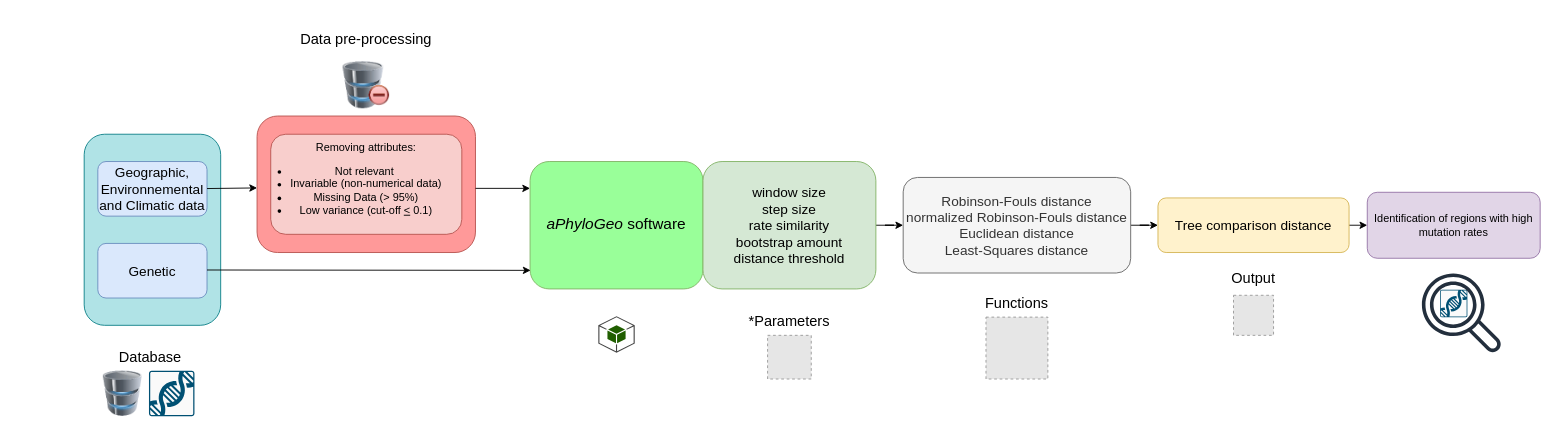
scipy-conference/scipy_proceedings keeps this draw.io diagram as papers/Gagnon_Kebe_Tahiri/diagram.drawio. Above is the earlier version. Source tidied: cells renumbered, new cells numbered last; positions are measured from the earlier drawing's top-left corner, leaving out a move shared by most shapes. Both pictures are drawn from the tidied source at 91%, with x=0, y=0 at pixel (84, 15). Pictures stored in the file or linked from it are replaced by grey dashed boxes.
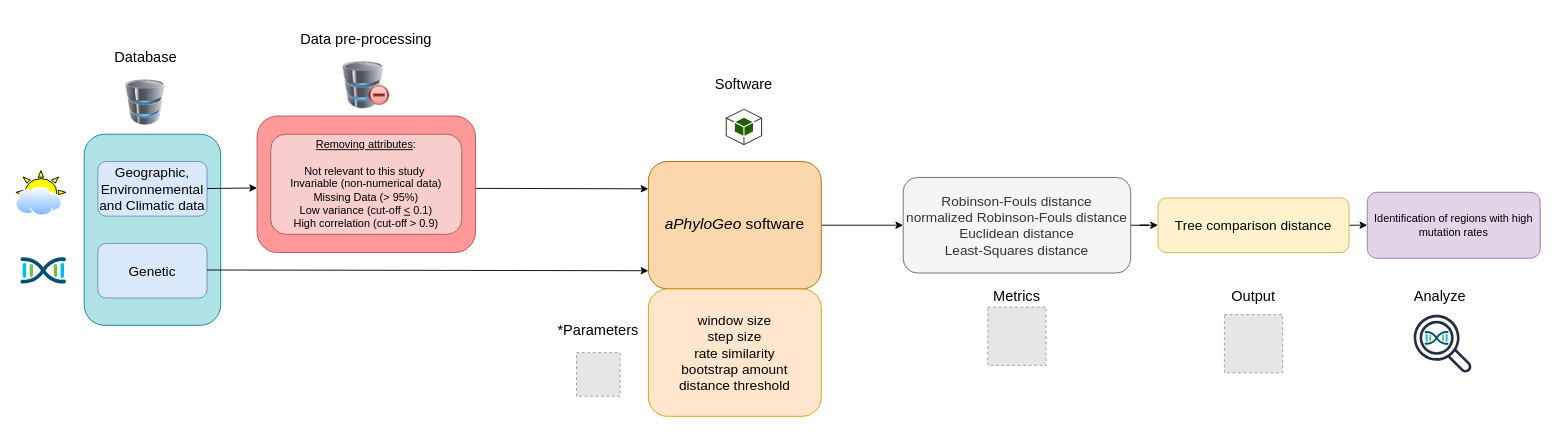
The same diagram, later.

Commit message:
Mettre à jour diagram.drawio

Unchanged cells that the change refers to:
```xml
<mxCell id="24" value="&lt;div style=&quot;margin-top: 0px; margin-bottom: 0px; padding-left: 0px; padding-right: 0px;&quot;&gt;&lt;span style=&quot;background-color: initial; font-size: 15px;&quot;&gt;Robinson-Fouls distance&lt;br&gt;&lt;/span&gt;&lt;span style=&quot;background-color: initial; font-size: 15px;&quot;&gt;normalized Robinson-Fouls distance&lt;br&gt;&lt;/span&gt;&lt;span style=&quot;font-size: 15px;&quot;&gt;Euclidean distance&lt;/span&gt;&lt;br style=&quot;font-size: 16px;&quot;&gt;&lt;span style=&quot;font-size: 15px;&quot;&gt;Least-Squares distance&lt;/span&gt;&lt;/div&gt;" style="rounded=1;whiteSpace=wrap;html=1;align=center;fillColor=#f5f5f5;strokeColor=#666666;fontColor=#333333;" parent="1" vertex="1">
  <mxGeometry x="900" y="177.5" width="250" height="105" as="geometry" />
</mxCell>
```

What changed in the source:
```diff
@@
-    <mxCell id="6" value="&lt;div style=&quot;&quot;&gt;&lt;span style=&quot;background-color: initial;&quot;&gt;Removing attributes:&lt;/span&gt;&lt;/div&gt;&lt;div&gt;&lt;ul style=&quot;margin-left: 0px; margin-top: 12px; padding-left: 0px;&quot;&gt;&lt;li style=&quot;&quot;&gt;Not relevant&amp;nbsp;&lt;/li&gt;&lt;li&gt;Invariable (non-numerical data)&lt;/li&gt;&lt;li&gt;Missing Data (&amp;gt; 95%)&lt;/li&gt;&lt;li&gt;Low variance (cut-off &lt;u&gt;&amp;lt;&lt;/u&gt; 0.1)&lt;/li&gt;&lt;/ul&gt;&lt;/div&gt;" style="rounded=1;whiteSpace=wrap;html=1;fillColor=#f8cecc;strokeColor=#b85450;align=center;" parent="1" vertex="1">
+    <mxCell id="6" value="&lt;div style=&quot;&quot;&gt;&lt;span style=&quot;background-color: initial;&quot;&gt;&lt;u&gt;Removing attributes&lt;/u&gt;:&lt;/span&gt;&lt;/div&gt;&lt;div style=&quot;&quot;&gt;&lt;span style=&quot;background-color: initial;&quot;&gt;&lt;br&gt;&lt;/span&gt;&lt;/div&gt;&lt;div&gt;&lt;span style=&quot;background-color: initial;&quot;&gt;Not relevant to this study&amp;nbsp;&lt;/span&gt;&lt;br&gt;&lt;span style=&quot;background-color: initial;&quot;&gt;Invariable (non-numerical data)&lt;/span&gt;&lt;br&gt;&lt;span style=&quot;background-color: initial;&quot;&gt;Missing Data (&amp;gt; 95%)&lt;/span&gt;&lt;br&gt;&lt;span style=&quot;background-color: initial;&quot;&gt;Low variance (cut-off &lt;/span&gt;&lt;u style=&quot;background-color: initial;&quot;&gt;&amp;lt;&lt;/u&gt;&lt;span style=&quot;background-color: initial;&quot;&gt; 0.1)&lt;/span&gt;&lt;br&gt;&lt;/div&gt;&lt;div&gt;&lt;span style=&quot;background-color: initial;&quot;&gt;High correlation (cut-off &amp;gt; 0.9)&lt;/span&gt;&lt;/div&gt;" style="rounded=1;whiteSpace=wrap;html=1;fillColor=#f8cecc;strokeColor=#b85450;align=center;" parent="1" vertex="1">
       <mxGeometry x="205" y="130" width="210" height="110" as="geometry" />
     </mxCell>
+    <mxCell id="32" style="edgeStyle=orthogonalEdgeStyle;rounded=0;jettySize=auto;html=1;" parent="1" edge="1" source="7" target="24">
+      <mxGeometry relative="1" as="geometry" />
+    </mxCell>
-    <mxCell id="7" value="&lt;font style=&quot;font-size: 17px;&quot;&gt;&lt;i&gt;aPhyloGeo&lt;/i&gt; software&lt;/font&gt;" style="rounded=1;whiteSpace=wrap;html=1;fillColor=#99FF99;strokeColor=#82b366;" parent="1" vertex="1">
-      <mxGeometry x="490" y="160" width="190" height="140" as="geometry" />
+    <mxCell id="7" value="&lt;font style=&quot;font-size: 17px;&quot;&gt;&lt;i&gt;aPhyloGeo&lt;/i&gt; software&lt;/font&gt;" style="rounded=1;whiteSpace=wrap;html=1;fillColor=#fad7ac;strokeColor=#b46504;" parent="1" vertex="1">
+      <mxGeometry x="620" y="160" width="190" height="140" as="geometry" />
     </mxCell>
-    <mxCell id="8" style="endArrow=classic;html=1;rounded=0;entryX=0.003;entryY=0.854;entryDx=0;entryDy=0;entryPerimeter=0;" parent="1" edge="1">
+    <mxCell id="8" style="endArrow=classic;html=1;rounded=0;" parent="1" edge="1">
       <mxGeometry relative="1" as="geometry">
         <mxPoint x="135" y="279.2" as="sourcePoint" />
-        <mxPoint x="490.6" y="279.6" as="targetPoint" />
+        <mxPoint x="620" y="280" as="targetPoint" />
       </mxGeometry>
     </mxCell>
-    <mxCell id="9" style="edgeStyle=orthogonalEdgeStyle;rounded=0;jettySize=auto;html=1;" parent="1" edge="1" source="10" target="24">
-      <mxGeometry relative="1" as="geometry" />
-    </mxCell>
-    <mxCell id="10" value="&lt;div style=&quot;margin-top: 0px; margin-bottom: 0px; padding-left: 0px; padding-right: 0px;&quot;&gt;&lt;span style=&quot;background-color: initial; font-size: 15px;&quot;&gt;window size&lt;br&gt;&lt;/span&gt;&lt;span style=&quot;background-color: initial; font-size: 15px;&quot;&gt;step size&lt;br&gt;&lt;/span&gt;&lt;span style=&quot;background-color: initial; font-size: 15px;&quot;&gt;rate similarity&lt;/span&gt;&lt;br style=&quot;font-size: 16px;&quot;&gt;&lt;span style=&quot;background-color: initial; font-size: 15px;&quot;&gt;bootstrap amount&lt;/span&gt;&lt;br style=&quot;font-size: 16px;&quot;&gt;&lt;span style=&quot;background-color: initial; font-size: 15px;&quot;&gt;distance threshold&lt;/span&gt;&lt;br&gt;&lt;/div&gt;" style="rounded=1;whiteSpace=wrap;html=1;align=center;fillColor=#d5e8d4;strokeColor=#82b366;" parent="1" vertex="1">
-      <mxGeometry x="680" y="160" width="190" height="140" as="geometry" />
+    <mxCell id="10" value="&lt;div style=&quot;margin-top: 0px; margin-bottom: 0px; padding-left: 0px; padding-right: 0px;&quot;&gt;&lt;span style=&quot;background-color: initial; font-size: 15px;&quot;&gt;window size&lt;br&gt;&lt;/span&gt;&lt;span style=&quot;background-color: initial; font-size: 15px;&quot;&gt;step size&lt;br&gt;&lt;/span&gt;&lt;span style=&quot;background-color: initial; font-size: 15px;&quot;&gt;rate similarity&lt;/span&gt;&lt;br style=&quot;font-size: 16px;&quot;&gt;&lt;span style=&quot;background-color: initial; font-size: 15px;&quot;&gt;bootstrap amount&lt;/span&gt;&lt;br style=&quot;font-size: 16px;&quot;&gt;&lt;span style=&quot;background-color: initial; font-size: 15px;&quot;&gt;distance threshold&lt;/span&gt;&lt;br&gt;&lt;/div&gt;" style="rounded=1;whiteSpace=wrap;html=1;align=center;fillColor=#ffe6cc;strokeColor=#d79b00;" parent="1" vertex="1">
+      <mxGeometry x="620" y="300" width="190" height="140" as="geometry" />
     </mxCell>
@@
     <mxCell id="13" value="Database&amp;nbsp;" style="text;html=1;align=center;verticalAlign=middle;whiteSpace=wrap;rounded=0;fontSize=16;" parent="1" vertex="1">
-      <mxGeometry x="45" y="360" width="60" height="30" as="geometry" />
+      <mxGeometry x="40" y="30" width="60" height="30" as="geometry" />
     </mxCell>
@@
     <mxCell id="15" value="Output" style="text;html=1;align=center;verticalAlign=middle;whiteSpace=wrap;rounded=0;fontSize=16;" parent="1" vertex="1">
-      <mxGeometry x="1256.2" y="263" width="57.5" height="50" as="geometry" />
+      <mxGeometry x="1256.2" y="282.5" width="57.5" height="50" as="geometry" />
     </mxCell>
-    <mxCell id="16" value="*Parameters" style="text;html=1;align=center;verticalAlign=middle;whiteSpace=wrap;rounded=0;fontSize=16;" parent="1" vertex="1">
-      <mxGeometry x="731.2" y="310" width="87.5" height="50" as="geometry" />
+    <mxCell id="16" value="*Parameters" style="text;html=1;align=center;verticalAlign=middle;whiteSpace=wrap;rounded=0;fontSize=16;rotation=0;" parent="1" vertex="1">
+      <mxGeometry x="520" y="320" width="90" height="50" as="geometry" />
     </mxCell>
@@
     <mxCell id="18" style="image;html=1;image=img/lib/clip_art/computers/Database_128x128.png;" parent="1" vertex="1">
-      <mxGeometry x="15" y="390" width="55" height="50" as="geometry" />
+      <mxGeometry x="40" y="70" width="55" height="50" as="geometry" />
     </mxCell>
     <mxCell id="19" style="dashed=0;verticalLabelPosition=bottom;verticalAlign=top;align=center;html=1;shape=mxgraph.aws3.android;fillColor=#205E00;gradientColor=none;" parent="1" vertex="1">
-      <mxGeometry x="565" y="330" width="40" height="40" as="geometry" />
+      <mxGeometry x="705" y="102" width="40" height="40" as="geometry" />
     </mxCell>
     <mxCell id="20" style="fillColor=#E6E6E6;strokeColor=#999999;dashed=1;html=1;verticalAlign=top;verticalLabelPosition=bottom;labelBackgroundColor=#ffffff;" parent="1" vertex="1">
-      <mxGeometry x="751" y="351" width="48" height="48" as="geometry" />
+      <mxGeometry x="541" y="370" width="48" height="48" as="geometry" />
     </mxCell>
     <mxCell id="21" style="fillColor=#E6E6E6;strokeColor=#999999;dashed=1;html=1;verticalAlign=top;verticalLabelPosition=bottom;labelBackgroundColor=#ffffff;" parent="1" vertex="1">
-      <mxGeometry x="1263" y="307" width="44" height="44" as="geometry" />
+      <mxGeometry x="1253" y="328.2" width="64" height="64" as="geometry" />
     </mxCell>
-    <mxCell id="22" style="sketch=0;verticalLabelPosition=bottom;html=1;verticalAlign=top;align=center;shape=mxgraph.cisco19.rect;prIcon=cisco_dna_center;fillColor=#FAFAFA;strokeColor=#005073;" parent="1" vertex="1">
-      <mxGeometry x="71.2" y="390" width="50" height="50" as="geometry" />
-    </mxCell>
@@
     <mxCell id="26" style="endArrow=classic;html=1;rounded=0;exitX=1;exitY=0.5;exitDx=0;exitDy=0;" parent="1" edge="1">
       <mxGeometry relative="1" as="geometry">
         <mxPoint x="430" y="189.5" as="sourcePoint" />
-        <mxPoint x="490" y="189.5" as="targetPoint" />
+        <mxPoint x="620" y="190" as="targetPoint" />
       </mxGeometry>
     </mxCell>
@@
-    <mxCell id="28" value="Functions" style="text;html=1;align=center;verticalAlign=middle;whiteSpace=wrap;rounded=0;fontSize=16;" parent="1" vertex="1">
-      <mxGeometry x="981.2" y="290" width="87.5" height="50" as="geometry" />
-    </mxCell>
     <mxCell id="29" style="fillColor=#E6E6E6;strokeColor=#999999;dashed=1;html=1;verticalAlign=top;verticalLabelPosition=bottom;labelBackgroundColor=#ffffff;" parent="1" vertex="1">
-      <mxGeometry x="991" y="331" width="68" height="68" as="geometry" />
+      <mxGeometry x="993" y="320" width="64" height="64" as="geometry" />
     </mxCell>
-    <mxCell id="30" style="sketch=0;verticalLabelPosition=bottom;html=1;verticalAlign=top;align=center;shape=mxgraph.cisco19.rect;prIcon=cisco_dna_center;fillColor=#FAFAFA;strokeColor=#005073;" parent="1" vertex="1">
-      <mxGeometry x="1490" y="301" width="30" height="30" as="geometry" />
-    </mxCell>
-    <mxCell id="31" style="sketch=0;fontColor=#232F3E;gradientColor=none;fillColor=#232F3D;strokeColor=none;dashed=0;verticalLabelPosition=bottom;verticalAlign=top;align=center;html=1;fontSize=12;fontStyle=0;shape=mxgraph.aws4.magnifying_glass_2;" parent="1" vertex="1">
-      <mxGeometry x="1470" y="282.5" width="87.5" height="87.5" as="geometry" />
-    </mxCell>
+    <mxCell id="33" style="verticalLabelPosition=bottom;sketch=0;html=1;verticalAlign=top;align=center;shape=mxgraph.cisco19.cisco_dna;fillColor=#005073;strokeColor=none;" parent="1" vertex="1">
+      <mxGeometry x="-70" y="265" width="50" height="30" as="geometry" />
+    </mxCell>
+    <mxCell id="34" style="verticalLabelPosition=bottom;verticalAlign=top;html=1;shape=mxgraph.basic.sun;fillColor=#FFFF00;" parent="1" vertex="1">
+      <mxGeometry x="-75" y="170" width="55" height="47.9" as="geometry" />
+    </mxCell>
+    <mxCell id="35" style="image;perimeter=ellipsePerimeter;html=1;align=center;shadow=0;dashed=0;spacingTop=3;image=img/lib/active_directory/internet_cloud.svg;" parent="1" vertex="1">
+      <mxGeometry x="-75" y="187.9" width="50.9" height="32" as="geometry" />
+    </mxCell>
+    <mxCell id="36" value="Software" style="text;html=1;align=center;verticalAlign=middle;whiteSpace=wrap;rounded=0;fontSize=16;" parent="1" vertex="1">
+      <mxGeometry x="650" y="50" width="150" height="50" as="geometry" />
+    </mxCell>
+    <mxCell id="37" value="Metrics" style="text;html=1;align=center;verticalAlign=middle;whiteSpace=wrap;rounded=0;fontSize=16;" parent="1" vertex="1">
+      <mxGeometry x="950" y="282.5" width="150" height="50" as="geometry" />
+    </mxCell>
+    <mxCell id="38" value="Analyze" style="text;html=1;align=center;verticalAlign=middle;whiteSpace=wrap;rounded=0;fontSize=16;" parent="1" vertex="1">
+      <mxGeometry x="1461" y="282.5" width="57.5" height="50" as="geometry" />
+    </mxCell>
+    <mxCell id="39" style="verticalLabelPosition=bottom;sketch=0;html=1;verticalAlign=top;align=center;shape=mxgraph.cisco19.cisco_dna;fillColor=#005073;strokeColor=none;" parent="1" vertex="1">
+      <mxGeometry x="1473" y="346.1" width="26.3" height="15.8" as="geometry" />
+    </mxCell>
+    <mxCell id="40" style="sketch=0;fontColor=#232F3E;gradientColor=none;fillColor=#232F3D;strokeColor=none;dashed=0;verticalLabelPosition=bottom;verticalAlign=top;align=center;html=1;fontSize=12;fontStyle=0;shape=mxgraph.aws4.magnifying_glass_2;" parent="1" vertex="1">
+      <mxGeometry x="1461" y="328.2" width="64" height="64" as="geometry" />
+    </mxCell>
```
